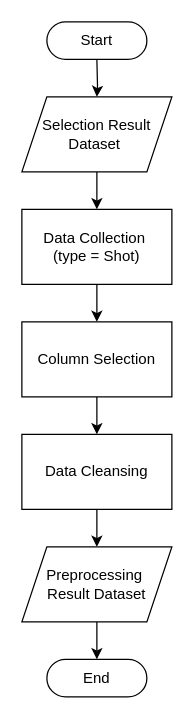
This is diagrams/flowchart preprocessing.drawio from fadhilra101/skripsi, a draw.io file, before an edit. Source tidied: cells renumbered, new cells numbered last; positions are measured from the earlier drawing's top-left corner, leaving out a move shared by most shapes. Both pictures are drawn from the tidied source at 125%, with x=0, y=0 at pixel (21, 21).
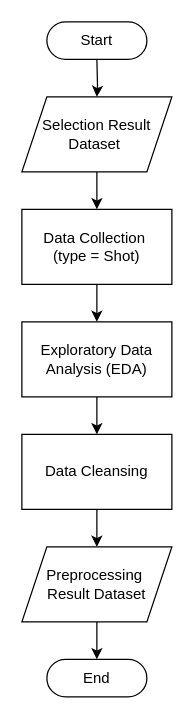
After the change.

Diff of the diagram source:
```diff
@@
 <mxGraphModel>
   <root>
     <mxCell id="0" />
     <mxCell id="1" parent="0" />
     <mxCell id="2" style="edgeStyle=orthogonalEdgeStyle;rounded=0;jettySize=auto;html=1;" parent="1" edge="1" target="4">
       <mxGeometry relative="1" as="geometry">
         <mxPoint x="60" y="30" as="sourcePoint" />
       </mxGeometry>
     </mxCell>
     <mxCell id="3" style="edgeStyle=orthogonalEdgeStyle;rounded=0;jettySize=auto;html=1;" parent="1" edge="1" source="4" target="6">
       <mxGeometry relative="1" as="geometry" />
     </mxCell>
     <mxCell id="4" value="&lt;div&gt;&lt;span style=&quot;background-color: transparent; color: light-dark(rgb(0, 0, 0), rgb(255, 255, 255));&quot;&gt;Selection&amp;nbsp;&lt;/span&gt;Result Dataset&amp;nbsp;&lt;/div&gt;" style="shape=parallelogram;perimeter=parallelogramPerimeter;whiteSpace=wrap;html=1;fixedSize=1;" parent="1" vertex="1">
       <mxGeometry y="60" width="120" height="60" as="geometry" />
     </mxCell>
     <mxCell id="5" style="edgeStyle=orthogonalEdgeStyle;rounded=0;jettySize=auto;html=1;" parent="1" edge="1" source="6" target="10">
       <mxGeometry relative="1" as="geometry" />
     </mxCell>
     <mxCell id="6" value="&lt;div&gt;Data Collection&amp;nbsp;&lt;/div&gt;&lt;div&gt;(type = Shot)&lt;/div&gt;" style="rounded=0;whiteSpace=wrap;html=1;" parent="1" vertex="1">
       <mxGeometry y="150" width="120" height="60" as="geometry" />
     </mxCell>
     <mxCell id="7" style="edgeStyle=orthogonalEdgeStyle;rounded=0;jettySize=auto;html=1;" parent="1" edge="1" source="8">
       <mxGeometry relative="1" as="geometry">
         <mxPoint x="60" y="510" as="targetPoint" />
       </mxGeometry>
     </mxCell>
     <mxCell id="8" value="&lt;div&gt;&lt;span style=&quot;background-color: transparent; color: light-dark(rgb(0, 0, 0), rgb(255, 255, 255));&quot;&gt;Preprocessing&amp;nbsp;&lt;/span&gt;&lt;/div&gt;&lt;div&gt;Result Dataset&lt;/div&gt;" style="shape=parallelogram;perimeter=parallelogramPerimeter;whiteSpace=wrap;html=1;fixedSize=1;" parent="1" vertex="1">
       <mxGeometry y="420" width="120" height="60" as="geometry" />
     </mxCell>
     <mxCell id="9" style="edgeStyle=orthogonalEdgeStyle;rounded=0;jettySize=auto;html=1;" parent="1" edge="1" source="10" target="12">
       <mxGeometry relative="1" as="geometry" />
     </mxCell>
-    <mxCell id="10" value="Column Selection" style="rounded=0;whiteSpace=wrap;html=1;" parent="1" vertex="1">
+    <mxCell id="10" value="Exploratory Data Analysis (EDA)" style="rounded=0;whiteSpace=wrap;html=1;" parent="1" vertex="1">
       <mxGeometry y="240" width="120" height="60" as="geometry" />
     </mxCell>
     <mxCell id="11" style="edgeStyle=orthogonalEdgeStyle;rounded=0;jettySize=auto;html=1;" parent="1" edge="1" source="12" target="8">
       <mxGeometry relative="1" as="geometry" />
     </mxCell>
     <mxCell id="12" value="Data Cleansing" style="rounded=0;whiteSpace=wrap;html=1;" parent="1" vertex="1">
       <mxGeometry y="330" width="120" height="60" as="geometry" />
     </mxCell>
     <mxCell id="13" value="Start" style="html=1;dashed=0;whiteSpace=wrap;shape=mxgraph.dfd.start;" parent="1" vertex="1">
       <mxGeometry x="20" width="80" height="30" as="geometry" />
     </mxCell>
     <mxCell id="14" value="End" style="html=1;dashed=0;whiteSpace=wrap;shape=mxgraph.dfd.start;" parent="1" vertex="1">
       <mxGeometry x="20" y="510" width="80" height="30" as="geometry" />
     </mxCell>
   </root>
 </mxGraphModel>
```
